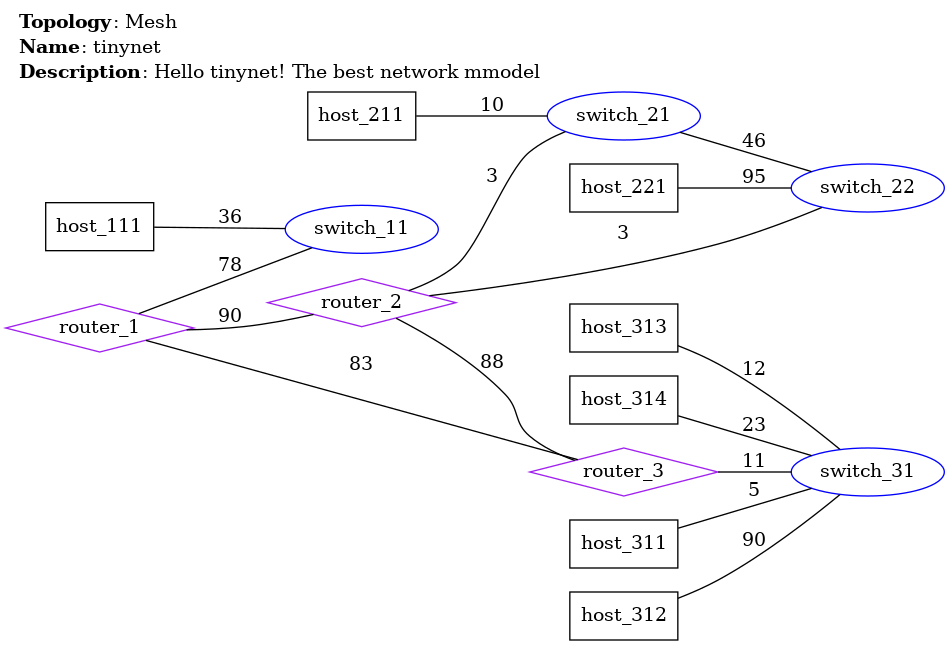
Earlier version of the Graphviz export conf/image/net.png (zpnst/tinynet). Its source is kept beside it as conf/data/net.dot.
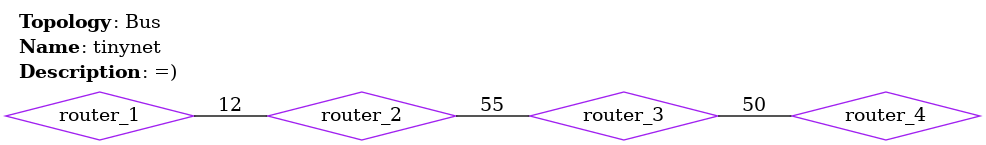
Above is the later version.

Diff of the diagram source:
```diff
@@ -4,38 +4,16 @@
     labeljust=left;
     label=<
     <TABLE BORDER="0" CELLBORDER="0" CELLSPACING="0">
-        <TR><TD ALIGN="LEFT"><B>Topology</B>: Mesh</TD></TR>
+        <TR><TD ALIGN="LEFT"><B>Topology</B>: Bus</TD></TR>
         <TR><TD ALIGN="LEFT"><B>Name</B>: tinynet</TD></TR>
-        <TR><TD ALIGN="LEFT"><B>Description</B>: Hello tinynet! The best network mmodel</TD></TR>
+        <TR><TD ALIGN="LEFT"><B>Description</B>: =)</TD></TR>
     </TABLE>
     >;
     "router_1" [shape=diamond, color=purple, label="router_1"];
     "router_2" [shape=diamond, color=purple, label="router_2"];
     "router_3" [shape=diamond, color=purple, label="router_3"];
-    "switch_11" [shape=ellipse, color=blue, label="switch_11"];
-    "switch_21" [shape=ellipse, color=blue, label="switch_21"];
-    "switch_22" [shape=ellipse, color=blue, label="switch_22"];
-    "switch_31" [shape=ellipse, color=blue, label="switch_31"];
-    "host_111" [shape=box, color=black, label="host_111"];
-    "host_211" [shape=box, color=black, label="host_211"];
-    "host_221" [shape=box, color=black, label="host_221"];
-    "host_311" [shape=box, color=black, label="host_311"];
-    "host_312" [shape=box, color=black, label="host_312"];
-    "host_313" [shape=box, color=black, label="host_313"];
-    "host_314" [shape=box, color=black, label="host_314"];
-    "router_1" -- "router_2" [label="13"];
-    "router_1" -- "router_3" [label="44"];
-    "router_1" -- "switch_11" [label="67"];
-    "router_2" -- "router_3" [label="82"];
-    "router_2" -- "switch_21" [label="29"];
-    "router_2" -- "switch_22" [label="54"];
-    "router_3" -- "switch_31" [label="59"];
-    "switch_21" -- "switch_22" [label="6"];
-    "host_111" -- "switch_11" [label="90"];
-    "host_211" -- "switch_21" [label="99"];
-    "host_221" -- "switch_22" [label="38"];
-    "host_311" -- "switch_31" [label="38"];
-    "host_312" -- "switch_31" [label="57"];
-    "host_313" -- "switch_31" [label="30"];
-    "host_314" -- "switch_31" [label="85"];
+    "router_4" [shape=diamond, color=purple, label="router_4"];
+    "router_1" -- "router_2" [label="12"];
+    "router_2" -- "router_3" [label="55"];
+    "router_3" -- "router_4" [label="50"];
 }
```
